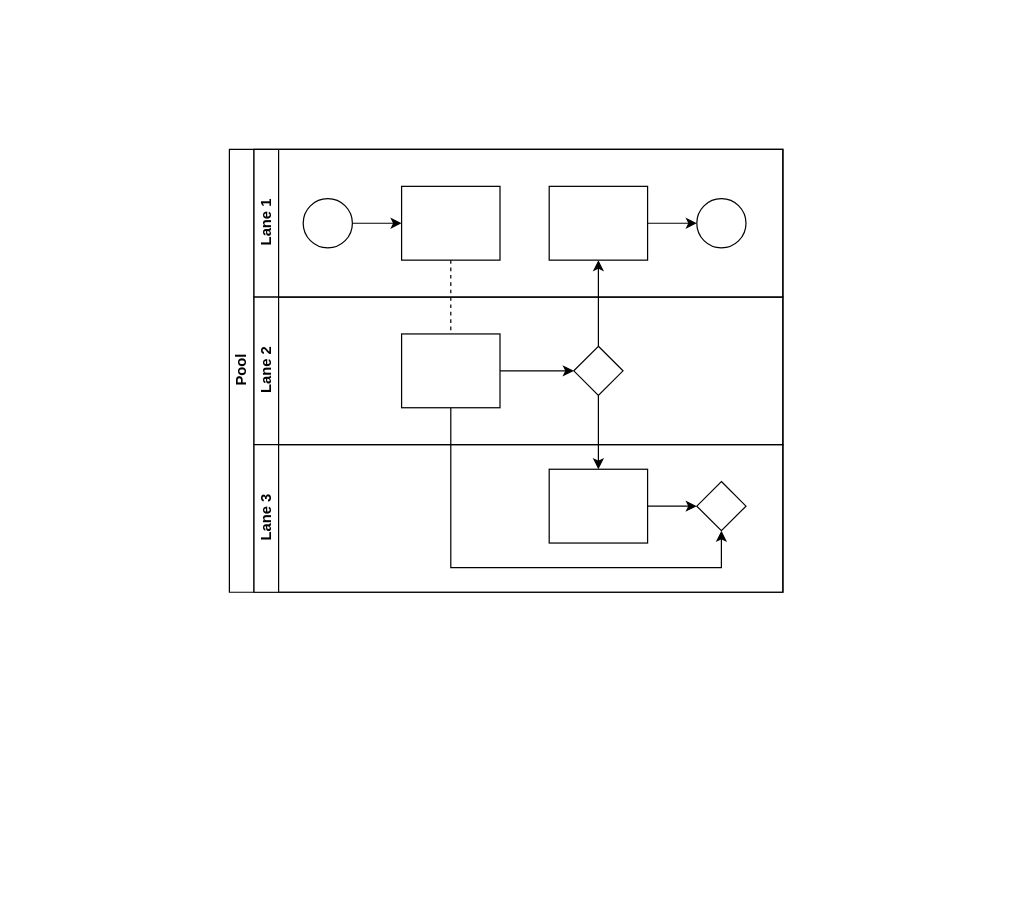
twinsant/ethos keeps this draw.io diagram as docs/Textverse.drawio. Above is the earlier version. Source tidied: cells renumbered, new cells numbered last; positions are measured from the earlier drawing's top-left corner, leaving out a move shared by most shapes. Both pictures are drawn from the tidied source at 123%, with x=0, y=0 at pixel (229, 149).
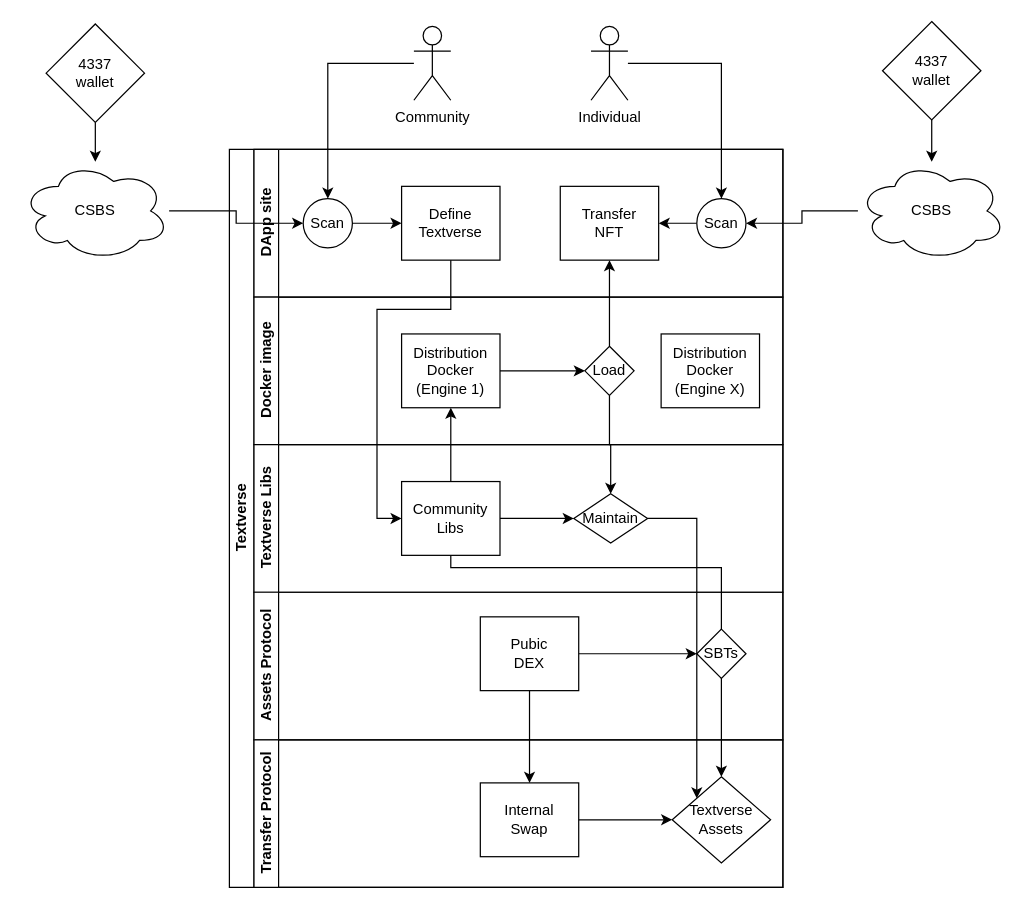
Above is the later version.

What changed in the source:
```diff
@@
-    <mxCell id="2" value="Pool" style="swimlane;html=1;horizontal=0;startSize=20;" parent="1" vertex="1">
-      <mxGeometry width="450" height="360" as="geometry" />
+    <mxCell id="2" value="Textverse" style="swimlane;html=1;horizontal=0;startSize=20;" parent="1" vertex="1">
+      <mxGeometry width="450" height="600" as="geometry" />
     </mxCell>
-    <mxCell id="3" style="edgeStyle=orthogonalEdgeStyle;rounded=0;jettySize=auto;html=1;dashed=1;endArrow=none;endFill=0;" parent="2" edge="1" source="10" target="16">
-      <mxGeometry relative="1" as="geometry" />
-    </mxCell>
-    <mxCell id="4" style="edgeStyle=orthogonalEdgeStyle;rounded=0;jettySize=auto;html=1;endArrow=classic;endFill=1;" parent="2" edge="1" source="17" target="12">
-      <mxGeometry relative="1" as="geometry" />
-    </mxCell>
-    <mxCell id="5" style="edgeStyle=orthogonalEdgeStyle;rounded=0;jettySize=auto;html=1;endArrow=classic;endFill=1;" parent="2" edge="1" source="17" target="20">
-      <mxGeometry relative="1" as="geometry" />
-    </mxCell>
@@
-    <mxCell id="7" value="Lane 1" style="swimlane;html=1;startSize=20;horizontal=0;" parent="2" vertex="1">
+    <mxCell id="7" value="DApp site" style="swimlane;html=1;startSize=20;horizontal=0;" parent="2" vertex="1">
       <mxGeometry x="20" width="430" height="120" as="geometry" />
     </mxCell>
@@
-    <mxCell id="9" style="ellipse;whiteSpace=wrap;html=1;" parent="7" vertex="1">
+    <mxCell id="9" value="Scan" style="ellipse;whiteSpace=wrap;html=1;" parent="7" vertex="1">
       <mxGeometry x="40" y="40" width="40" height="40" as="geometry" />
     </mxCell>
-    <mxCell id="10" style="rounded=0;whiteSpace=wrap;html=1;fontFamily=Helvetica;fontSize=12;fontColor=#000000;align=center;" parent="7" vertex="1">
+    <mxCell id="10" value="Define&lt;br&gt;Textverse" style="rounded=0;whiteSpace=wrap;html=1;fontFamily=Helvetica;fontSize=12;fontColor=#000000;align=center;" parent="7" vertex="1">
       <mxGeometry x="120" y="30" width="80" height="60" as="geometry" />
     </mxCell>
-    <mxCell id="11" style="edgeStyle=orthogonalEdgeStyle;rounded=0;jettySize=auto;html=1;endArrow=classic;endFill=1;" parent="7" edge="1" source="12" target="13">
-      <mxGeometry relative="1" as="geometry" />
-    </mxCell>
-    <mxCell id="12" style="rounded=0;whiteSpace=wrap;html=1;fontFamily=Helvetica;fontSize=12;fontColor=#000000;align=center;" parent="7" vertex="1">
-      <mxGeometry x="240" y="30" width="80" height="60" as="geometry" />
+    <mxCell id="12" value="Transfer&lt;br&gt;NFT" style="rounded=0;whiteSpace=wrap;html=1;fontFamily=Helvetica;fontSize=12;fontColor=#000000;align=center;" parent="7" vertex="1">
+      <mxGeometry x="249" y="30" width="80" height="60" as="geometry" />
     </mxCell>
+    <mxCell id="22" style="edgeStyle=orthogonalEdgeStyle;rounded=0;jettySize=auto;html=1;" parent="7" edge="1" source="13" target="12">
+      <mxGeometry relative="1" as="geometry" />
+    </mxCell>
-    <mxCell id="13" style="ellipse;whiteSpace=wrap;html=1;" parent="7" vertex="1">
+    <mxCell id="13" value="Scan" style="ellipse;whiteSpace=wrap;html=1;" parent="7" vertex="1">
       <mxGeometry x="360" y="40" width="40" height="40" as="geometry" />
     </mxCell>
+    <mxCell id="23" value="Docker image" style="swimlane;html=1;startSize=20;horizontal=0;" parent="2" vertex="1">
+      <mxGeometry x="20" y="120" width="430" height="120" as="geometry" />
+    </mxCell>
+    <mxCell id="24" style="edgeStyle=orthogonalEdgeStyle;rounded=0;jettySize=auto;html=1;endArrow=classic;endFill=1;" parent="23" edge="1" source="25" target="26">
+      <mxGeometry relative="1" as="geometry" />
+    </mxCell>
+    <mxCell id="25" value="Distribution&lt;br&gt;Docker&lt;br&gt;(Engine 1)" style="rounded=0;whiteSpace=wrap;html=1;fontFamily=Helvetica;fontSize=12;fontColor=#000000;align=center;" parent="23" vertex="1">
+      <mxGeometry x="120" y="30" width="80" height="60" as="geometry" />
+    </mxCell>
+    <mxCell id="26" value="Load" style="rhombus;whiteSpace=wrap;html=1;fontFamily=Helvetica;fontSize=12;fontColor=#000000;align=center;" parent="23" vertex="1">
+      <mxGeometry x="269" y="40" width="40" height="40" as="geometry" />
+    </mxCell>
+    <mxCell id="27" value="Distribution&lt;br&gt;Docker&lt;br&gt;(Engine X)" style="rounded=0;whiteSpace=wrap;html=1;fontFamily=Helvetica;fontSize=12;fontColor=#000000;align=center;" parent="23" vertex="1">
+      <mxGeometry x="331" y="30" width="80" height="60" as="geometry" />
+    </mxCell>
-    <mxCell id="14" value="Lane 2" style="swimlane;html=1;startSize=20;horizontal=0;" parent="2" vertex="1">
-      <mxGeometry x="20" y="120" width="430" height="120" as="geometry" />
+    <mxCell id="14" value="Textverse Libs" style="swimlane;html=1;startSize=20;horizontal=0;" parent="2" vertex="1">
+      <mxGeometry x="20" y="240" width="430" height="120" as="geometry" />
     </mxCell>
@@
-    <mxCell id="16" style="rounded=0;whiteSpace=wrap;html=1;fontFamily=Helvetica;fontSize=12;fontColor=#000000;align=center;" parent="14" vertex="1">
+    <mxCell id="16" value="Community&lt;br&gt;Libs" style="rounded=0;whiteSpace=wrap;html=1;fontFamily=Helvetica;fontSize=12;fontColor=#000000;align=center;" parent="14" vertex="1">
       <mxGeometry x="120" y="30" width="80" height="60" as="geometry" />
     </mxCell>
-    <mxCell id="17" style="rhombus;whiteSpace=wrap;html=1;fontFamily=Helvetica;fontSize=12;fontColor=#000000;align=center;" parent="14" vertex="1">
-      <mxGeometry x="260" y="40" width="40" height="40" as="geometry" />
+    <mxCell id="17" value="Maintain" style="rhombus;whiteSpace=wrap;html=1;fontFamily=Helvetica;fontSize=12;fontColor=#000000;align=center;" parent="14" vertex="1">
+      <mxGeometry x="260" y="40" width="60" height="40" as="geometry" />
     </mxCell>
+    <mxCell id="28" value="Assets Protocol" style="swimlane;html=1;startSize=20;horizontal=0;" parent="2" vertex="1">
+      <mxGeometry x="20" y="360" width="430" height="120" as="geometry" />
+    </mxCell>
+    <mxCell id="29" style="edgeStyle=orthogonalEdgeStyle;rounded=0;jettySize=auto;html=1;endArrow=classic;endFill=1;" parent="28" edge="1" source="30" target="31">
+      <mxGeometry relative="1" as="geometry" />
+    </mxCell>
+    <mxCell id="30" value="Pubic&lt;br&gt;DEX" style="rounded=0;whiteSpace=wrap;html=1;fontFamily=Helvetica;fontSize=12;fontColor=#000000;align=center;" parent="28" vertex="1">
+      <mxGeometry x="184" y="20" width="80" height="60" as="geometry" />
+    </mxCell>
+    <mxCell id="31" value="SBTs" style="rhombus;whiteSpace=wrap;html=1;fontFamily=Helvetica;fontSize=12;fontColor=#000000;align=center;" parent="28" vertex="1">
+      <mxGeometry x="360" y="30" width="40" height="40" as="geometry" />
+    </mxCell>
-    <mxCell id="18" value="Lane 3" style="swimlane;html=1;startSize=20;horizontal=0;" parent="2" vertex="1">
-      <mxGeometry x="20" y="240" width="430" height="120" as="geometry" />
+    <mxCell id="18" value="Transfer Protocol" style="swimlane;html=1;startSize=20;horizontal=0;" parent="2" vertex="1">
+      <mxGeometry x="20" y="480" width="430" height="120" as="geometry" />
     </mxCell>
@@
-    <mxCell id="20" style="rounded=0;whiteSpace=wrap;html=1;fontFamily=Helvetica;fontSize=12;fontColor=#000000;align=center;" parent="18" vertex="1">
-      <mxGeometry x="240" y="20" width="80" height="60" as="geometry" />
+    <mxCell id="20" value="Internal&lt;br&gt;Swap" style="rounded=0;whiteSpace=wrap;html=1;fontFamily=Helvetica;fontSize=12;fontColor=#000000;align=center;" parent="18" vertex="1">
+      <mxGeometry x="184" y="35" width="80" height="60" as="geometry" />
     </mxCell>
-    <mxCell id="21" style="rhombus;whiteSpace=wrap;html=1;fontFamily=Helvetica;fontSize=12;fontColor=#000000;align=center;" parent="18" vertex="1">
-      <mxGeometry x="360" y="30" width="40" height="40" as="geometry" />
+    <mxCell id="21" value="Textverse&lt;br&gt;Assets" style="rhombus;whiteSpace=wrap;html=1;fontFamily=Helvetica;fontSize=12;fontColor=#000000;align=center;" parent="18" vertex="1">
+      <mxGeometry x="340" y="30" width="80" height="70" as="geometry" />
     </mxCell>
+    <mxCell id="32" style="edgeStyle=orthogonalEdgeStyle;rounded=0;jettySize=auto;html=1;" parent="2" edge="1" source="26" target="12">
+      <mxGeometry relative="1" as="geometry" />
+    </mxCell>
+    <mxCell id="33" style="edgeStyle=orthogonalEdgeStyle;rounded=0;jettySize=auto;html=1;" parent="2" edge="1" source="26" target="17">
+      <mxGeometry relative="1" as="geometry" />
+    </mxCell>
+    <mxCell id="3" style="edgeStyle=orthogonalEdgeStyle;rounded=0;jettySize=auto;html=1;entryX=0;entryY=0.5;entryDx=0;entryDy=0;" parent="2" edge="1" source="10" target="16">
+      <mxGeometry relative="1" as="geometry">
+        <Array as="points">
+          <mxPoint x="180" y="130" />
+          <mxPoint x="120" y="130" />
+          <mxPoint x="120" y="300" />
+        </Array>
+      </mxGeometry>
+    </mxCell>
+    <mxCell id="34" style="edgeStyle=orthogonalEdgeStyle;rounded=0;jettySize=auto;html=1;" parent="2" edge="1" source="16" target="25">
+      <mxGeometry relative="1" as="geometry" />
+    </mxCell>
+    <mxCell id="35" style="edgeStyle=orthogonalEdgeStyle;rounded=0;jettySize=auto;html=1;entryX=0;entryY=0;entryDx=0;entryDy=0;" parent="2" edge="1" source="17" target="21">
+      <mxGeometry relative="1" as="geometry" />
+    </mxCell>
+    <mxCell id="36" style="edgeStyle=orthogonalEdgeStyle;rounded=0;jettySize=auto;html=1;" parent="2" edge="1" source="30" target="20">
+      <mxGeometry relative="1" as="geometry" />
+    </mxCell>
+    <mxCell id="37" style="edgeStyle=orthogonalEdgeStyle;rounded=0;jettySize=auto;html=1;" parent="1" edge="1" source="38" target="9">
+      <mxGeometry relative="1" as="geometry" />
+    </mxCell>
+    <mxCell id="38" value="Community" style="shape=umlActor;verticalLabelPosition=bottom;verticalAlign=top;html=1;outlineConnect=0;" parent="1" vertex="1">
+      <mxGeometry x="150" y="-100" width="30" height="60" as="geometry" />
+    </mxCell>
+    <mxCell id="39" style="edgeStyle=orthogonalEdgeStyle;rounded=0;jettySize=auto;html=1;entryX=0.5;entryY=0;entryDx=0;entryDy=0;" parent="1" edge="1" source="40" target="13">
+      <mxGeometry relative="1" as="geometry" />
+    </mxCell>
+    <mxCell id="40" value="Individual" style="shape=umlActor;verticalLabelPosition=bottom;verticalAlign=top;html=1;outlineConnect=0;" parent="1" vertex="1">
+      <mxGeometry x="294" y="-100" width="30" height="60" as="geometry" />
+    </mxCell>
+    <mxCell id="41" style="edgeStyle=orthogonalEdgeStyle;rounded=0;jettySize=auto;html=1;" parent="1" edge="1" source="42" target="13">
+      <mxGeometry relative="1" as="geometry" />
+    </mxCell>
+    <mxCell id="42" value="CSBS" style="ellipse;shape=cloud;whiteSpace=wrap;html=1;" parent="1" vertex="1">
+      <mxGeometry x="511" y="10" width="120" height="80" as="geometry" />
+    </mxCell>
+    <mxCell id="43" style="edgeStyle=orthogonalEdgeStyle;rounded=0;jettySize=auto;html=1;" parent="1" edge="1" source="44" target="9">
+      <mxGeometry relative="1" as="geometry" />
+    </mxCell>
+    <mxCell id="44" value="CSBS" style="ellipse;shape=cloud;whiteSpace=wrap;html=1;" parent="1" vertex="1">
+      <mxGeometry x="-169" y="10" width="120" height="80" as="geometry" />
+    </mxCell>
+    <mxCell id="45" style="edgeStyle=orthogonalEdgeStyle;rounded=0;jettySize=auto;html=1;" parent="1" edge="1" source="46" target="44">
+      <mxGeometry relative="1" as="geometry" />
+    </mxCell>
+    <mxCell id="46" value="4337&lt;br&gt;wallet" style="rhombus;whiteSpace=wrap;html=1;" parent="1" vertex="1">
+      <mxGeometry x="-149" y="-102" width="80" height="80" as="geometry" />
+    </mxCell>
+    <mxCell id="47" style="edgeStyle=orthogonalEdgeStyle;rounded=0;jettySize=auto;html=1;" parent="1" edge="1" source="48" target="42">
+      <mxGeometry relative="1" as="geometry" />
+    </mxCell>
+    <mxCell id="48" value="4337&lt;br&gt;wallet" style="rhombus;whiteSpace=wrap;html=1;" parent="1" vertex="1">
+      <mxGeometry x="531" y="-104" width="80" height="80" as="geometry" />
+    </mxCell>
```
